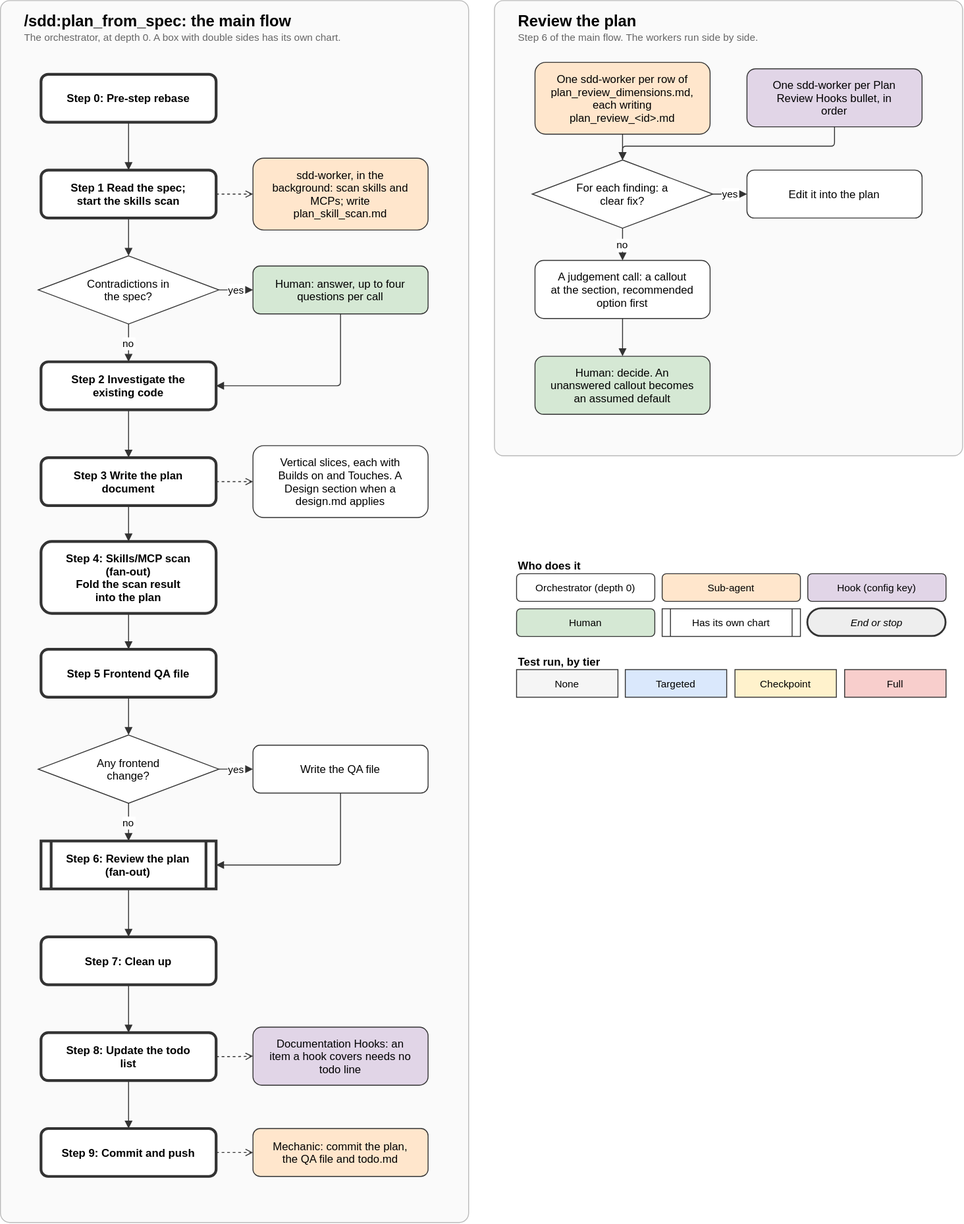
Earlier version of the draw.io export claude_plugins/sdd/docs/diagrams/plan_from_spec.drawio.svg (preludetech/Freedom-LS). Source tidied: cells renumbered, new cells last; positions are measured from the earlier drawing's top-left corner, leaving out a move shared by most shapes.
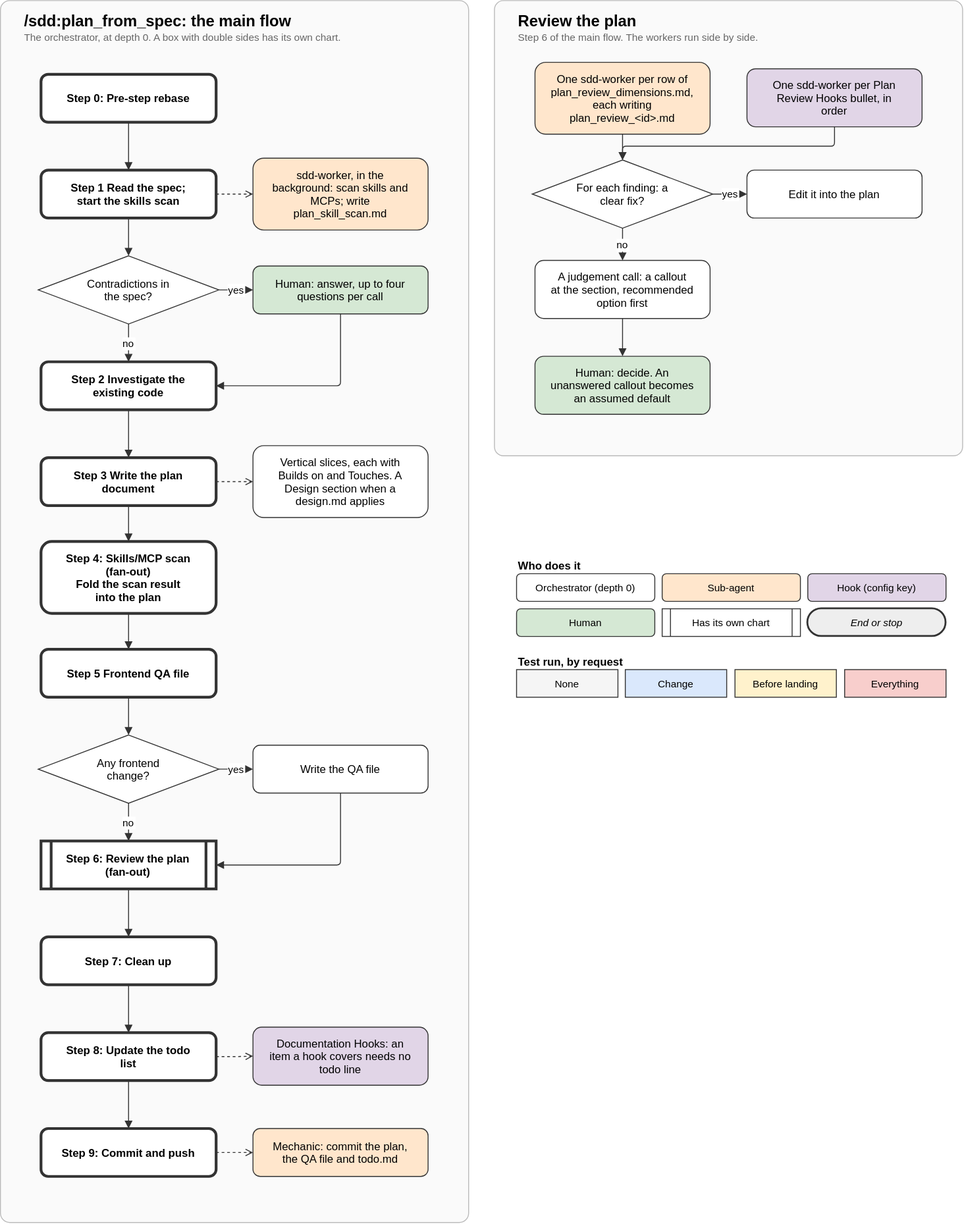
The same diagram one commit later.

The edit, as a diff of the source:
```diff
@@ -198,19 +198,19 @@
     <mxCell id="62" value="End or stop" style="rounded=1;arcSize=50;html=0;fontSize=11;strokeColor=#333333;fillColor=#eeeeee;strokeWidth=2;fontStyle=2;" parent="1" vertex="1">
       <mxGeometry x="876" y="660" width="150" height="30" as="geometry" />
     </mxCell>
-    <mxCell id="63" value="Test run, by tier" style="text;html=0;align=left;fontSize=12;fontStyle=1;" parent="1" vertex="1">
+    <mxCell id="63" value="Test run, by request" style="text;html=0;align=left;fontSize=12;fontStyle=1;" parent="1" vertex="1">
       <mxGeometry x="560" y="704" width="200" height="20" as="geometry" />
     </mxCell>
     <mxCell id="64" value="None" style="rounded=0;html=0;fontSize=11;strokeColor=#333333;fillColor=#f5f5f5;" parent="1" vertex="1">
       <mxGeometry x="560" y="726" width="110" height="30" as="geometry" />
     </mxCell>
-    <mxCell id="65" value="Targeted" style="rounded=0;html=0;fontSize=11;strokeColor=#333333;fillColor=#dae8fc;" parent="1" vertex="1">
+    <mxCell id="65" value="Change" style="rounded=0;html=0;fontSize=11;strokeColor=#333333;fillColor=#dae8fc;" parent="1" vertex="1">
       <mxGeometry x="678" y="726" width="110" height="30" as="geometry" />
     </mxCell>
-    <mxCell id="66" value="Checkpoint" style="rounded=0;html=0;fontSize=11;strokeColor=#333333;fillColor=#fff2cc;" parent="1" vertex="1">
+    <mxCell id="66" value="Before landing" style="rounded=0;html=0;fontSize=11;strokeColor=#333333;fillColor=#fff2cc;" parent="1" vertex="1">
       <mxGeometry x="797" y="726" width="110" height="30" as="geometry" />
     </mxCell>
-    <mxCell id="67" value="Full" style="rounded=0;html=0;fontSize=11;strokeColor=#333333;fillColor=#f8cecc;" parent="1" vertex="1">
+    <mxCell id="67" value="Everything" style="rounded=0;html=0;fontSize=11;strokeColor=#333333;fillColor=#f8cecc;" parent="1" vertex="1">
       <mxGeometry x="916" y="726" width="110" height="30" as="geometry" />
     </mxCell>
   </root>
```
